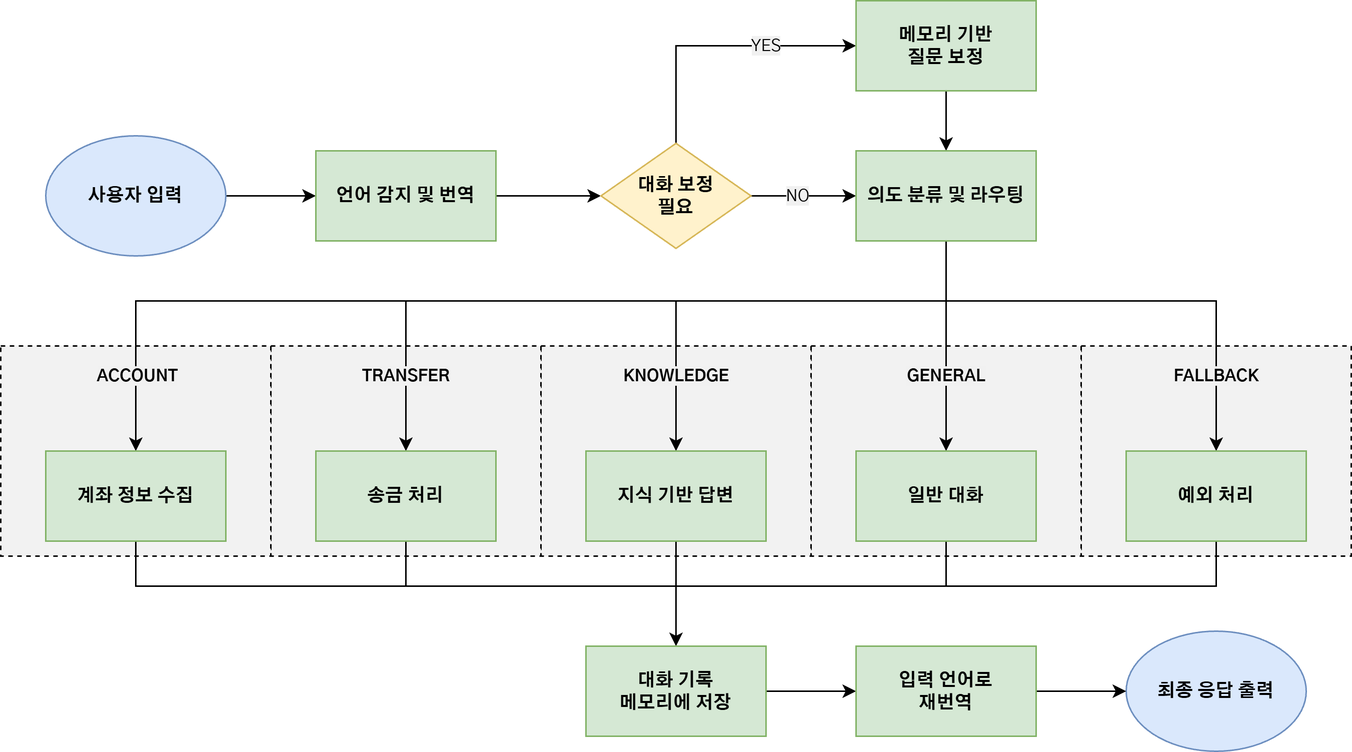
Before: img/BeoTT_Main_Agent_FlowChart.drawio.png, a diagram exported from draw.io (TEAM-BIRDIE/BeoTT). Source tidied: cells renumbered, new cells last; positions are measured from the earlier drawing's top-left corner, leaving out a move shared by most shapes.
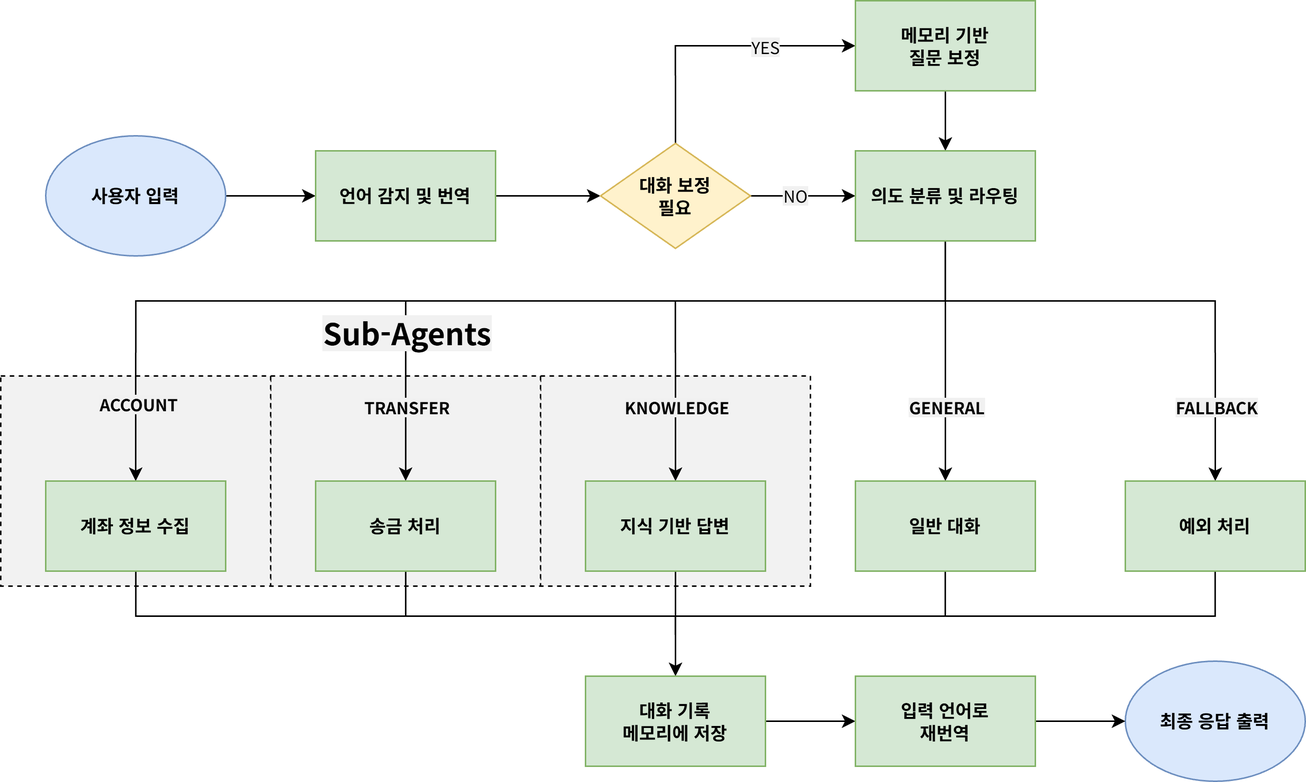
Later version of the same file.

What changed in the source:
```diff
@@ -2,12 +2,6 @@
   <root>
     <mxCell id="0" />
     <mxCell id="1" parent="0" />
-    <mxCell id="2" style="rounded=0;whiteSpace=wrap;html=1;dashed=1;fontFamily=Gothic A1;fontColor=#004AAD;fillColor=#F2F2F2;" parent="1" vertex="1">
-      <mxGeometry x="720" y="230" width="180" height="140" as="geometry" />
-    </mxCell>
-    <mxCell id="3" style="rounded=0;whiteSpace=wrap;html=1;dashed=1;fontFamily=Gothic A1;fontColor=#004AAD;fillColor=#F2F2F2;" parent="1" vertex="1">
-      <mxGeometry x="540" y="230" width="180" height="140" as="geometry" />
-    </mxCell>
     <mxCell id="4" style="rounded=0;whiteSpace=wrap;html=1;dashed=1;fontFamily=Gothic A1;fontColor=#004AAD;fillColor=#F2F2F2;" parent="1" vertex="1">
       <mxGeometry x="360" y="230" width="180" height="140" as="geometry" />
     </mxCell>
@@ -21,18 +15,18 @@
       <mxGeometry relative="1" as="geometry" />
     </mxCell>
     <mxCell id="8" value="사용자 입력" style="ellipse;whiteSpace=wrap;html=1;fontFamily=Gothic A1;fontStyle=1;fillColor=#dae8fc;strokeColor=#6c8ebf;" parent="1" vertex="1">
-      <mxGeometry x="30" y="90" width="120" height="80" as="geometry" />
+      <mxGeometry x="30" y="70" width="120" height="80" as="geometry" />
     </mxCell>
     <mxCell id="9" style="edgeStyle=orthogonalEdgeStyle;rounded=0;jettySize=auto;html=1;entryX=0;entryY=0.5;entryDx=0;entryDy=0;fontFamily=Gothic A1;fontStyle=1;" parent="1" edge="1" source="10" target="15">
       <mxGeometry relative="1" as="geometry" />
     </mxCell>
     <mxCell id="10" value="언어 감지 및 번역" style="rounded=0;whiteSpace=wrap;html=1;fontFamily=Gothic A1;fontStyle=1;fillColor=#d5e8d4;strokeColor=#82b366;" parent="1" vertex="1">
-      <mxGeometry x="210" y="100" width="120" height="60" as="geometry" />
+      <mxGeometry x="210" y="80" width="120" height="60" as="geometry" />
     </mxCell>
     <mxCell id="11" style="edgeStyle=orthogonalEdgeStyle;rounded=0;jettySize=auto;html=1;entryX=0;entryY=0.5;entryDx=0;entryDy=0;exitX=0.5;exitY=0;exitDx=0;exitDy=0;fontFamily=Gothic A1;fontStyle=1;" parent="1" edge="1" source="15" target="17">
       <mxGeometry relative="1" as="geometry">
         <Array as="points">
-          <mxPoint x="450" y="30" />
+          <mxPoint x="450" y="10" />
         </Array>
       </mxGeometry>
     </mxCell>
@@ -46,23 +40,23 @@
     </mxCell>
     <mxCell id="14" value="NO" style="edgeLabel;html=1;align=center;verticalAlign=middle;fontFamily=Gothic A1;fontStyle=0;labelBackgroundColor=#F1F1F1;" parent="13" vertex="1">
       <mxGeometry x="-0.32" y="1" relative="1" as="geometry">
-        <mxPoint x="6" y="1" as="offset" />
+        <mxPoint x="6" as="offset" />
       </mxGeometry>
     </mxCell>
     <mxCell id="15" value="대화 보정&lt;div&gt;필요&lt;/div&gt;" style="rhombus;whiteSpace=wrap;html=1;rounded=0;fontFamily=Gothic A1;fontStyle=1;fillColor=#fff2cc;strokeColor=#d6b656;" parent="1" vertex="1">
-      <mxGeometry x="400" y="95" width="100" height="70" as="geometry" />
+      <mxGeometry x="400" y="75" width="100" height="70" as="geometry" />
     </mxCell>
     <mxCell id="16" style="edgeStyle=orthogonalEdgeStyle;rounded=0;jettySize=auto;html=1;fontFamily=Gothic A1;fontStyle=1;" parent="1" edge="1" source="17" target="24">
       <mxGeometry relative="1" as="geometry" />
     </mxCell>
     <mxCell id="17" value="메모리 기반&lt;div&gt;질문 보정&lt;/div&gt;" style="rounded=0;whiteSpace=wrap;html=1;fontFamily=Gothic A1;fontStyle=1;fillColor=#d5e8d4;strokeColor=#82b366;" parent="1" vertex="1">
-      <mxGeometry x="570" width="120" height="60" as="geometry" />
+      <mxGeometry x="570" y="-20" width="120" height="60" as="geometry" />
     </mxCell>
     <mxCell id="18" style="edgeStyle=orthogonalEdgeStyle;rounded=0;jettySize=auto;html=1;entryX=0.5;entryY=0;entryDx=0;entryDy=0;fontFamily=Gothic A1;" parent="1" edge="1" source="24" target="34">
       <mxGeometry relative="1" as="geometry">
         <Array as="points">
-          <mxPoint x="630" y="200" />
-          <mxPoint x="90" y="200" />
+          <mxPoint x="630" y="180" />
+          <mxPoint x="90" y="180" />
         </Array>
       </mxGeometry>
     </mxCell>
@@ -72,16 +66,16 @@
     <mxCell id="20" style="edgeStyle=orthogonalEdgeStyle;rounded=0;jettySize=auto;html=1;fontFamily=Gothic A1;" parent="1" edge="1" source="24" target="26">
       <mxGeometry relative="1" as="geometry">
         <Array as="points">
-          <mxPoint x="630" y="200" />
-          <mxPoint x="270" y="200" />
+          <mxPoint x="630" y="180" />
+          <mxPoint x="270" y="180" />
         </Array>
       </mxGeometry>
     </mxCell>
     <mxCell id="21" style="edgeStyle=orthogonalEdgeStyle;rounded=0;jettySize=auto;html=1;entryX=0.5;entryY=0;entryDx=0;entryDy=0;fontFamily=Gothic A1;" parent="1" edge="1" source="24" target="28">
       <mxGeometry relative="1" as="geometry">
         <Array as="points">
-          <mxPoint x="630" y="200" />
-          <mxPoint x="450" y="200" />
+          <mxPoint x="630" y="180" />
+          <mxPoint x="450" y="180" />
         </Array>
       </mxGeometry>
     </mxCell>
@@ -91,13 +85,13 @@
     <mxCell id="23" style="edgeStyle=orthogonalEdgeStyle;rounded=0;jettySize=auto;html=1;entryX=0.5;entryY=0;entryDx=0;entryDy=0;fontFamily=Gothic A1;" parent="1" edge="1" source="24" target="32">
       <mxGeometry relative="1" as="geometry">
         <Array as="points">
-          <mxPoint x="630" y="200" />
-          <mxPoint x="810" y="200" />
+          <mxPoint x="630" y="180" />
+          <mxPoint x="810" y="180" />
         </Array>
       </mxGeometry>
     </mxCell>
     <mxCell id="24" value="의도 분류 및 라우팅" style="rounded=0;whiteSpace=wrap;html=1;fontFamily=Gothic A1;fontStyle=1;fillColor=#d5e8d4;strokeColor=#82b366;" parent="1" vertex="1">
-      <mxGeometry x="570" y="100" width="120" height="60" as="geometry" />
+      <mxGeometry x="570" y="80" width="120" height="60" as="geometry" />
     </mxCell>
     <mxCell id="25" style="edgeStyle=orthogonalEdgeStyle;rounded=0;jettySize=auto;html=1;entryX=0.5;entryY=0;entryDx=0;entryDy=0;fontFamily=Gothic A1;" parent="1" edge="1" source="26" target="36">
       <mxGeometry relative="1" as="geometry">
@@ -176,5 +170,8 @@
     <mxCell id="43" value="FALLBACK" style="edgeLabel;html=1;align=center;verticalAlign=middle;fontFamily=Gothic A1;fontStyle=1;labelBackgroundColor=#F1F1F1;" parent="1" vertex="1">
       <mxGeometry x="810" y="250" as="geometry" />
     </mxCell>
+    <mxCell id="44" value="&lt;font style=&quot;font-size: 20px;&quot;&gt;Sub-Agents&lt;/font&gt;" style="edgeLabel;html=1;align=center;verticalAlign=middle;fontFamily=Gothic A1;fontStyle=1;labelBackgroundColor=#F1F1F1;" parent="1" vertex="1">
+      <mxGeometry x="270" y="200" as="geometry" />
+    </mxCell>
   </root>
 </mxGraphModel>
```
